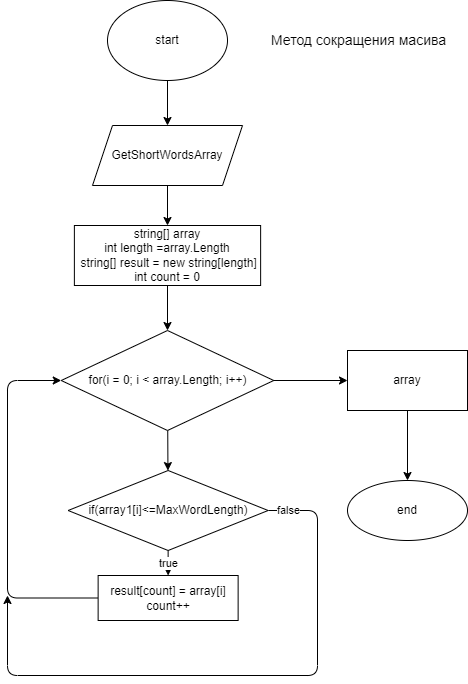
This is method.drawio.png from NikolaySemin/ItogiBloka, a draw.io export, as it was before one commit. Source tidied: cells renumbered, new cells last; positions are measured from the earlier drawing's top-left corner, leaving out a move shared by most shapes.
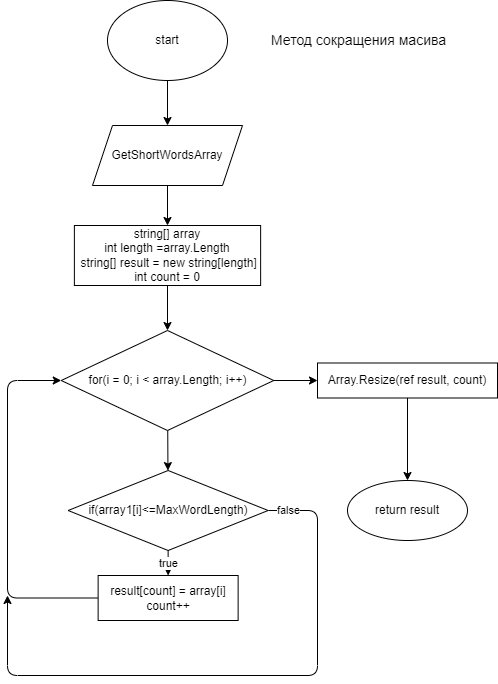
The same file after the commit.

The edit, as a diff of the source:
```diff
@@ -56,14 +56,14 @@
     <mxCell id="15" value="result[count] = array[i]&lt;br&gt;count++" style="whiteSpace=wrap;html=1;" parent="1" vertex="1">
       <mxGeometry x="90.6" y="575" width="140" height="45" as="geometry" />
     </mxCell>
-    <mxCell id="16" value="end" style="ellipse;whiteSpace=wrap;html=1;" parent="1" vertex="1">
+    <mxCell id="16" value="return result" style="ellipse;whiteSpace=wrap;html=1;" parent="1" vertex="1">
       <mxGeometry x="340" y="480" width="120" height="60" as="geometry" />
     </mxCell>
     <mxCell id="17" style="edgeStyle=orthogonalEdgeStyle;html=1;exitX=0.5;exitY=1;exitDx=0;exitDy=0;" parent="1" edge="1" source="18" target="16">
       <mxGeometry relative="1" as="geometry" />
     </mxCell>
-    <mxCell id="18" value="array" style="rounded=0;whiteSpace=wrap;html=1;" parent="1" vertex="1">
-      <mxGeometry x="340" y="350" width="120" height="60" as="geometry" />
+    <mxCell id="18" value="Array.Resize(ref result, count)" style="rounded=0;whiteSpace=wrap;html=1;" parent="1" vertex="1">
+      <mxGeometry x="310" y="362.5" width="180" height="35" as="geometry" />
     </mxCell>
     <mxCell id="19" value="&lt;font style=&quot;font-size: 14px&quot;&gt;Метод сокращения масива&lt;/font&gt;" style="text;html=1;align=center;verticalAlign=middle;strokeColor=none;fillColor=default;" parent="1" vertex="1">
       <mxGeometry x="256.2" y="30" width="190" height="20" as="geometry" />
```
